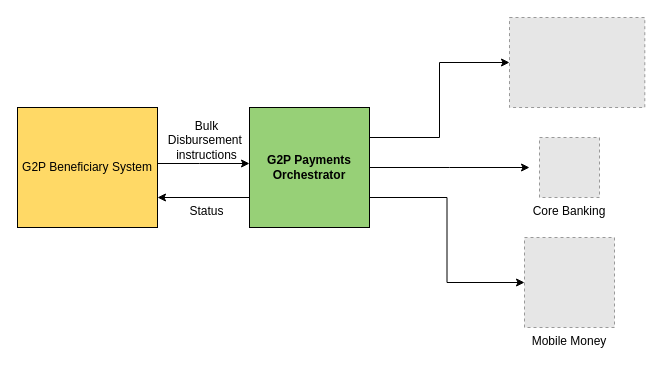
This is .gitbook/assets/g2p-payments-orchestrator.drawio from OpenG2P/openg2p-documentation, a draw.io file, before an edit. Source tidied: cells renumbered, new cells numbered last; positions are measured from the earlier drawing's top-left corner, leaving out a move shared by most shapes. Both pictures are drawn from the tidied source at 100%, with x=0, y=0 at pixel (17, 17). Pictures stored in the file or linked from it are replaced by grey dashed boxes.
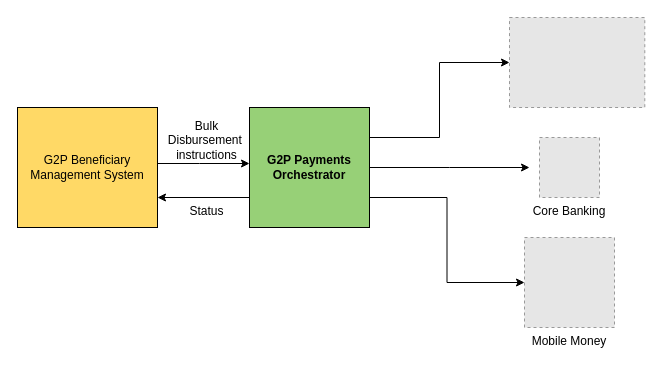
Above is the later version.

What changed in the source:
```diff
@@
 <mxGraphModel>
   <root>
     <mxCell id="0" />
     <mxCell id="1" parent="0" />
     <mxCell id="2" style="edgeStyle=orthogonalEdgeStyle;rounded=0;orthogonalLoop=1;jettySize=auto;html=1;entryX=0;entryY=0.5;entryDx=0;entryDy=0;startArrow=none;startFill=0;" parent="1" edge="1">
       <mxGeometry relative="1" as="geometry">
         <mxPoint x="140" y="146" as="sourcePoint" />
         <mxPoint x="232" y="146" as="targetPoint" />
         <Array as="points">
           <mxPoint x="182" y="146" />
           <mxPoint x="182" y="146" />
         </Array>
       </mxGeometry>
     </mxCell>
-    <mxCell id="3" value="G2P Beneficiary System" style="rounded=0;whiteSpace=wrap;html=1;fillColor=#FFD966;" parent="1" vertex="1">
+    <mxCell id="3" value="G2P Beneficiary Management System" style="rounded=0;whiteSpace=wrap;html=1;fillColor=#FFD966;" parent="1" vertex="1">
       <mxGeometry y="90" width="140" height="120" as="geometry" />
     </mxCell>
     <mxCell id="4" style="edgeStyle=orthogonalEdgeStyle;rounded=0;jettySize=auto;html=1;exitX=1;exitY=0.5;exitDx=0;exitDy=0;" parent="1" edge="1" source="8">
       <mxGeometry relative="1" as="geometry">
         <mxPoint x="512" y="150" as="targetPoint" />
       </mxGeometry>
     </mxCell>
     <mxCell id="5" style="edgeStyle=orthogonalEdgeStyle;rounded=0;jettySize=auto;html=1;exitX=1;exitY=0.75;exitDx=0;exitDy=0;entryX=0;entryY=0.5;entryDx=0;entryDy=0;" parent="1" edge="1" source="8" target="11">
       <mxGeometry relative="1" as="geometry" />
     </mxCell>
     <mxCell id="6" style="edgeStyle=orthogonalEdgeStyle;rounded=0;jettySize=auto;html=1;exitX=1;exitY=0.25;exitDx=0;exitDy=0;entryX=0;entryY=0.5;entryDx=0;entryDy=0;" parent="1" edge="1" source="8" target="9">
       <mxGeometry relative="1" as="geometry" />
     </mxCell>
     <mxCell id="7" style="edgeStyle=orthogonalEdgeStyle;rounded=0;jettySize=auto;html=1;exitX=0;exitY=0.75;exitDx=0;exitDy=0;entryX=1;entryY=0.75;entryDx=0;entryDy=0;" parent="1" edge="1" source="8" target="3">
       <mxGeometry relative="1" as="geometry" />
     </mxCell>
     <mxCell id="8" value="&lt;b&gt;G2P Payments Orchestrator&lt;/b&gt;" style="rounded=0;whiteSpace=wrap;html=1;fillColor=#97D077;" parent="1" vertex="1">
       <mxGeometry x="232" y="90" width="120" height="120" as="geometry" />
     </mxCell>
     <mxCell id="9" style="fillColor=#E6E6E6;strokeColor=#999999;dashed=1;verticalLabelPosition=bottom;verticalAlign=top;" parent="1" vertex="1">
       <mxGeometry x="492" width="135.3" height="90" as="geometry" />
     </mxCell>
     <mxCell id="10" value="Core Banking" style="fillColor=#E6E6E6;strokeColor=#999999;dashed=1;verticalLabelPosition=bottom;verticalAlign=top;" parent="1" vertex="1">
       <mxGeometry x="522" y="120" width="60" height="60" as="geometry" />
     </mxCell>
     <mxCell id="11" value="Mobile Money" style="fillColor=#E6E6E6;strokeColor=#999999;dashed=1;verticalLabelPosition=bottom;verticalAlign=top;" parent="1" vertex="1">
       <mxGeometry x="507" y="220" width="90" height="90" as="geometry" />
     </mxCell>
     <mxCell id="12" value="Bulk &lt;br&gt;Disbursement&amp;nbsp;&lt;br&gt;instructions" style="text;html=1;align=center;verticalAlign=middle;strokeColor=none;fillColor=none;" parent="1" vertex="1">
       <mxGeometry x="139" y="93" width="100" height="60" as="geometry" />
     </mxCell>
     <mxCell id="13" value="Status" style="text;html=1;align=center;verticalAlign=middle;strokeColor=none;fillColor=none;" parent="1" vertex="1">
       <mxGeometry x="159" y="179" width="60" height="30" as="geometry" />
     </mxCell>
   </root>
 </mxGraphModel>
```
